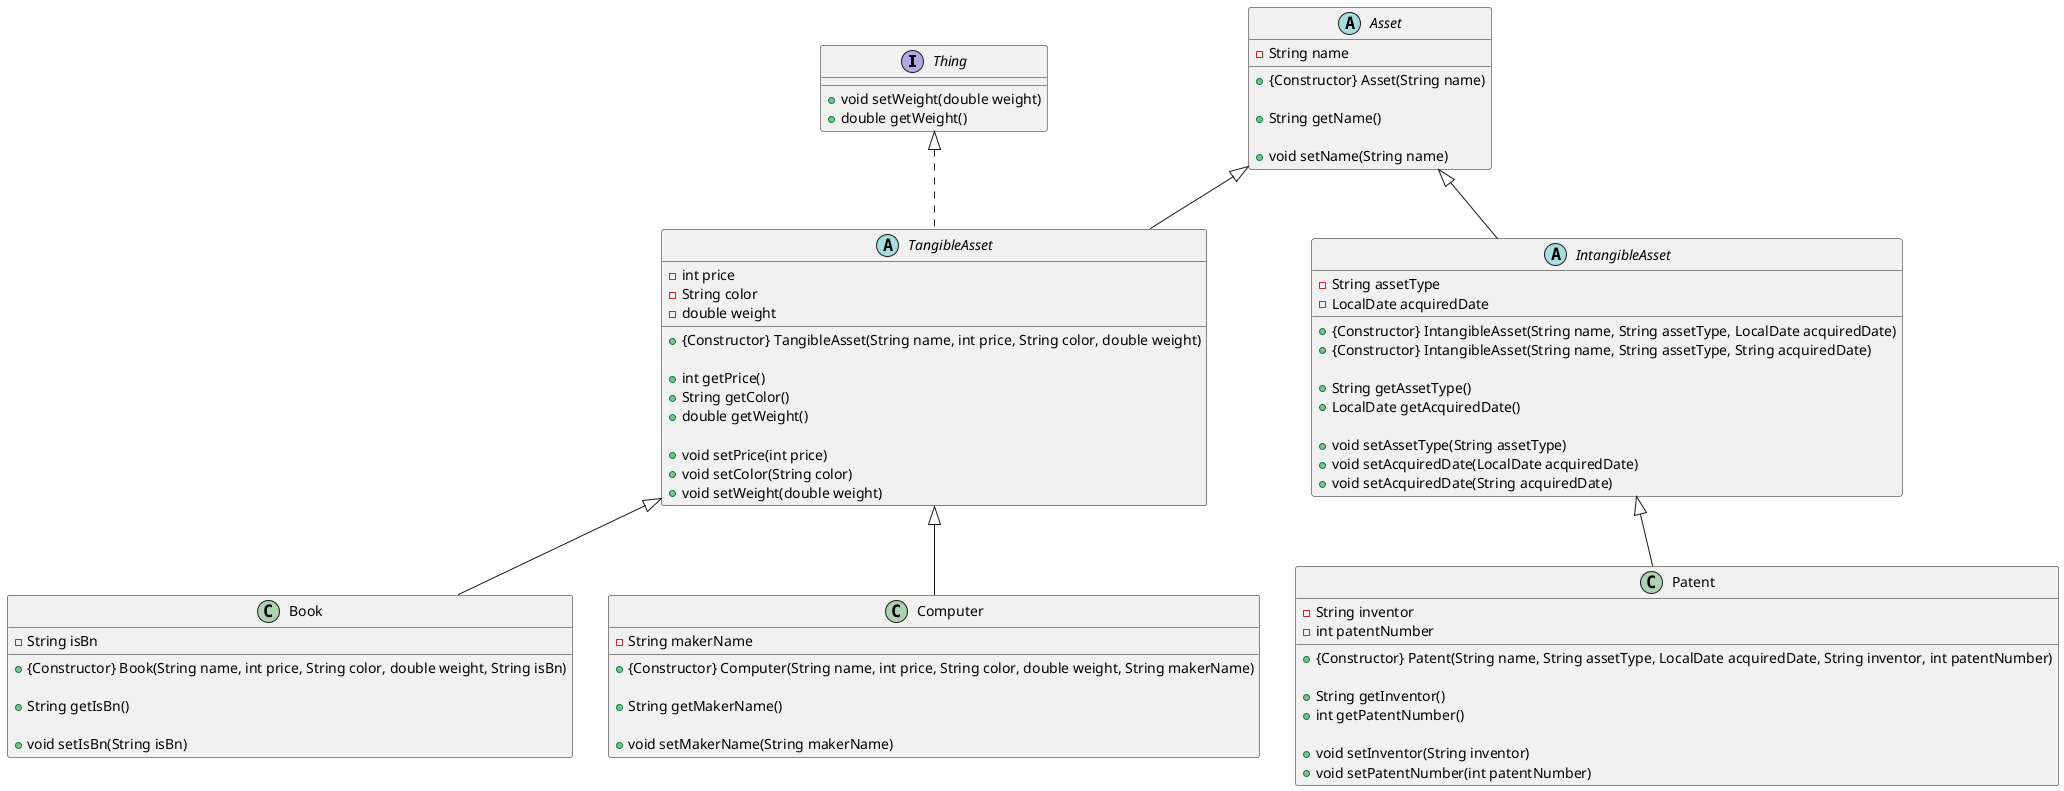
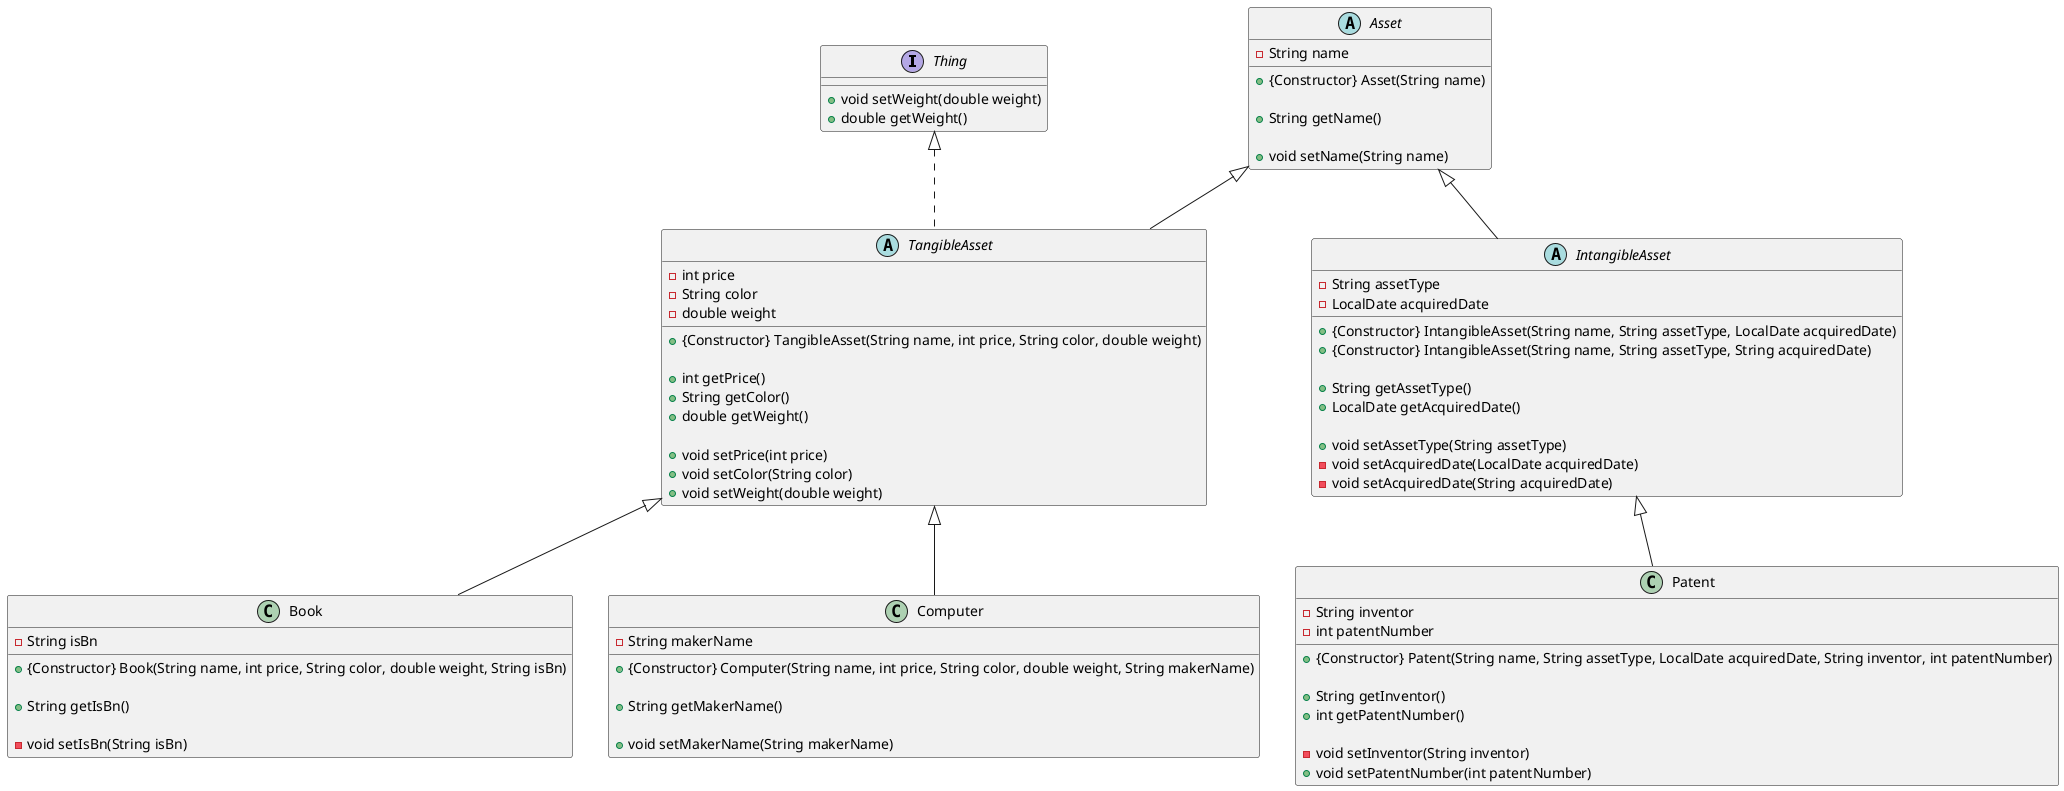
@startuml

scale 1

interface Thing {
    + void setWeight(double weight)
    + double getWeight()
}

abstract class Asset {
    - String name

    + {Constructor} Asset(String name)

    + String getName()

    + void setName(String name)
}

abstract class TangibleAsset extends Asset implements Thing {
    - int price
    - String color
    - double weight

    + {Constructor} TangibleAsset(String name, int price, String color, double weight)

    + int getPrice()
    + String getColor()
    + double getWeight()

    + void setPrice(int price)
    + void setColor(String color)
    + void setWeight(double weight)
}

abstract class IntangibleAsset extends Asset {
    - String assetType
    - LocalDate acquiredDate

    + {Constructor} IntangibleAsset(String name, String assetType, LocalDate acquiredDate)
    + {Constructor} IntangibleAsset(String name, String assetType, String acquiredDate)

    + String getAssetType()
    + LocalDate getAcquiredDate()

    + void setAssetType(String assetType)
-     + void setAcquiredDate(LocalDate acquiredDate)
-     + void setAcquiredDate(String acquiredDate)
+     - void setAcquiredDate(LocalDate acquiredDate)
+     - void setAcquiredDate(String acquiredDate)
}

class Book extends TangibleAsset {
    - String isBn

    + {Constructor} Book(String name, int price, String color, double weight, String isBn)

    + String getIsBn()

-     + void setIsBn(String isBn)
+     - void setIsBn(String isBn)
}

class Computer extends TangibleAsset {
    - String makerName

    + {Constructor} Computer(String name, int price, String color, double weight, String makerName)

    + String getMakerName()

    + void setMakerName(String makerName)
}

class Patent extends IntangibleAsset {
    - String inventor
    - int patentNumber

    + {Constructor} Patent(String name, String assetType, LocalDate acquiredDate, String inventor, int patentNumber)

    + String getInventor()
    + int getPatentNumber()

-     + void setInventor(String inventor)
+     - void setInventor(String inventor)
    + void setPatentNumber(int patentNumber)
}

@enduml